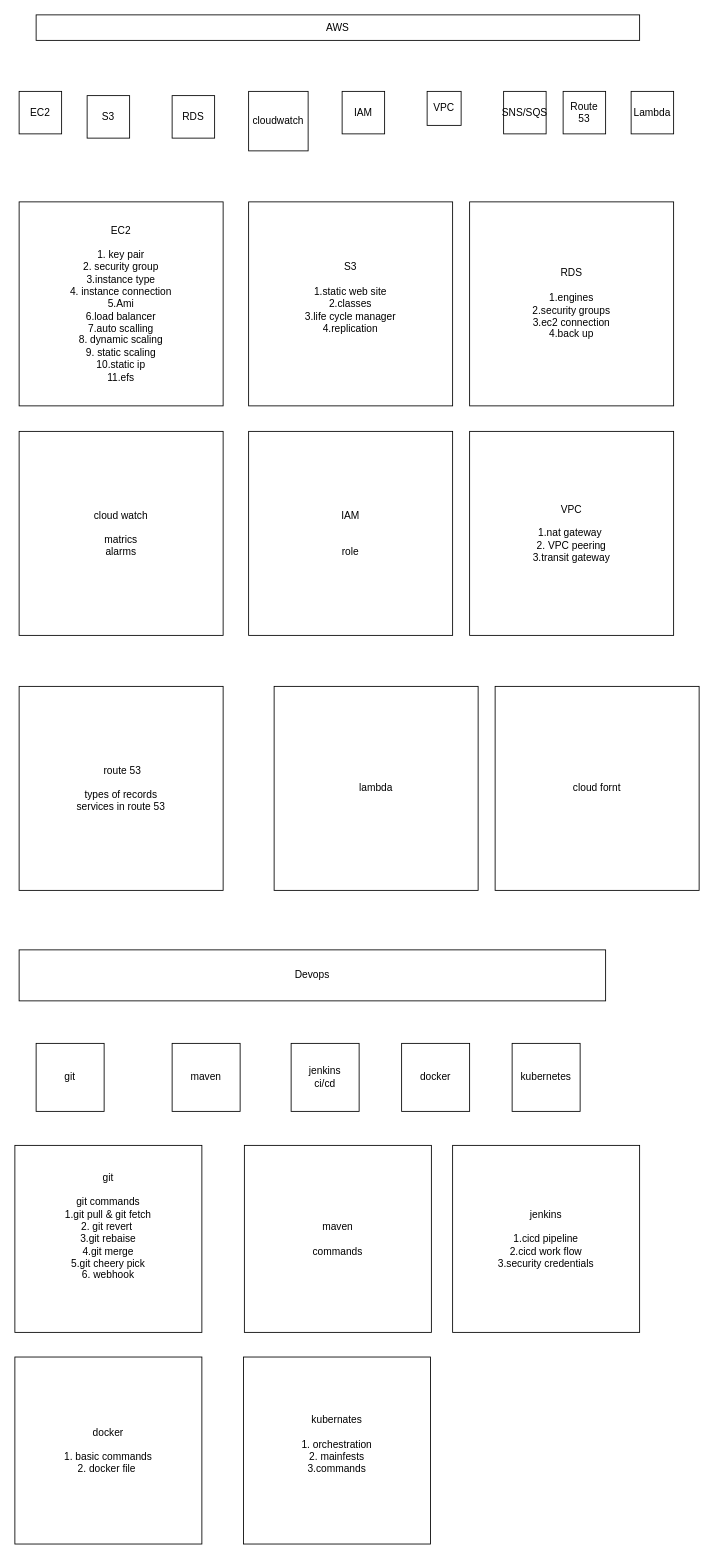
The draw.io diagram Untitled Diagram.drawio in vamshik2506/notes, before the edit. Source tidied: cells renumbered, new cells numbered last; positions are measured from the earlier drawing's top-left corner, leaving out a move shared by most shapes. Both pictures are drawn from the tidied source at 85%, with x=0, y=0 at pixel (14, 14).
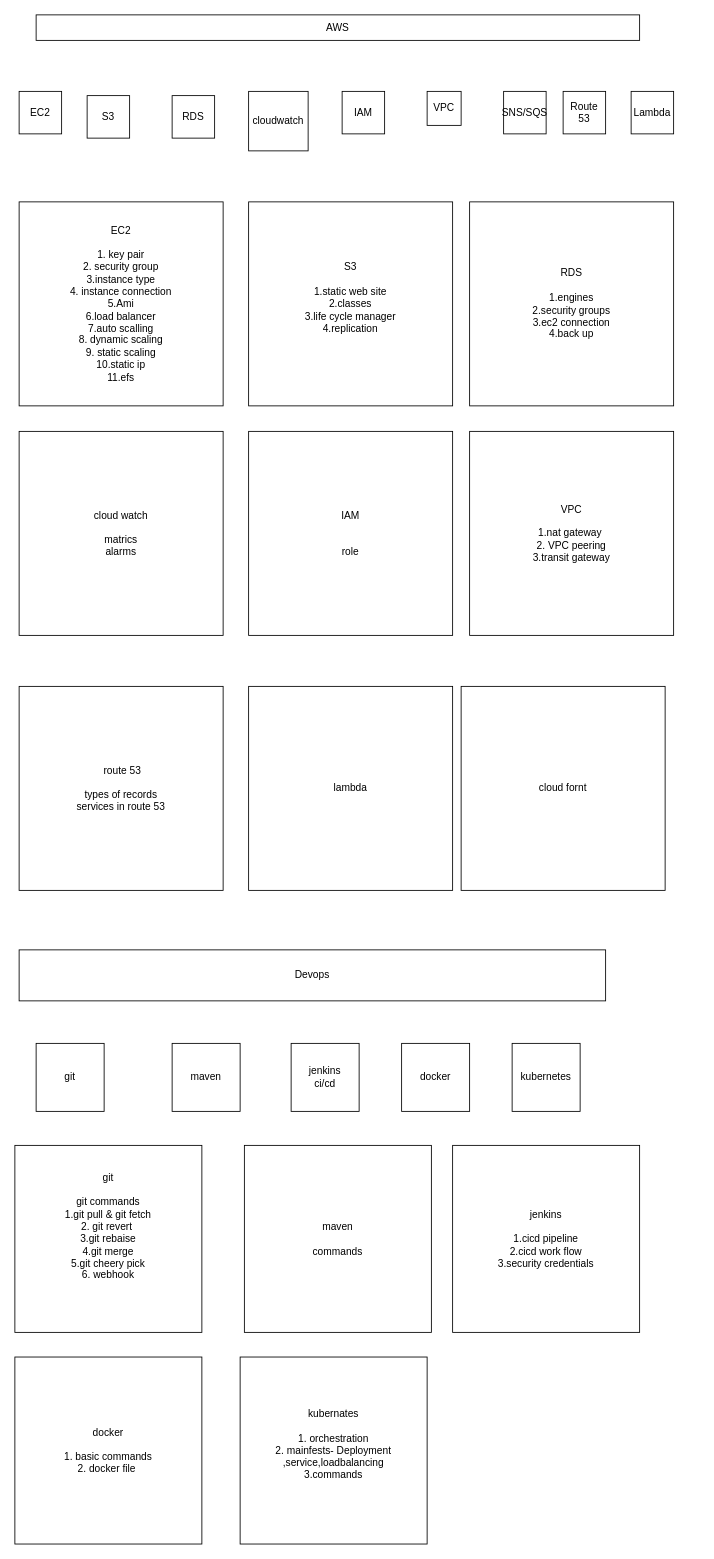
The same page after the edit.

What changed in the source:
```diff
@@
     <mxCell id="18" value="lambda" style="whiteSpace=wrap;html=1;" parent="1" vertex="1">
-      <mxGeometry x="305" y="790" width="240" height="240" as="geometry" />
+      <mxGeometry x="275" y="790" width="240" height="240" as="geometry" />
     </mxCell>
@@
-    <mxCell id="30" value="kubernates&lt;div&gt;&lt;br&gt;&lt;/div&gt;&lt;div&gt;1. orchestration&lt;/div&gt;&lt;div&gt;2. mainfests&lt;/div&gt;&lt;div&gt;3.commands&lt;/div&gt;&lt;div&gt;&lt;br&gt;&lt;/div&gt;" style="whiteSpace=wrap;html=1;" parent="1" vertex="1">
-      <mxGeometry x="269" y="1579" width="220" height="220" as="geometry" />
+    <mxCell id="30" value="kubernates&lt;div&gt;&lt;br&gt;&lt;/div&gt;&lt;div&gt;1. orchestration&lt;/div&gt;&lt;div&gt;2. mainfests- Deployment ,service,loadbalancing&lt;/div&gt;&lt;div&gt;&lt;span style=&quot;background-color: transparent; color: light-dark(rgb(0, 0, 0), rgb(255, 255, 255));&quot;&gt;3.commands&lt;/span&gt;&lt;/div&gt;&lt;div&gt;&lt;br&gt;&lt;/div&gt;" style="whiteSpace=wrap;html=1;" parent="1" vertex="1">
+      <mxGeometry x="265" y="1579" width="220" height="220" as="geometry" />
     </mxCell>
     <mxCell id="31" value="cloud fornt" style="whiteSpace=wrap;html=1;" parent="1" vertex="1">
-      <mxGeometry x="565" y="790" width="240" height="240" as="geometry" />
+      <mxGeometry x="525" y="790" width="240" height="240" as="geometry" />
     </mxCell>
```
